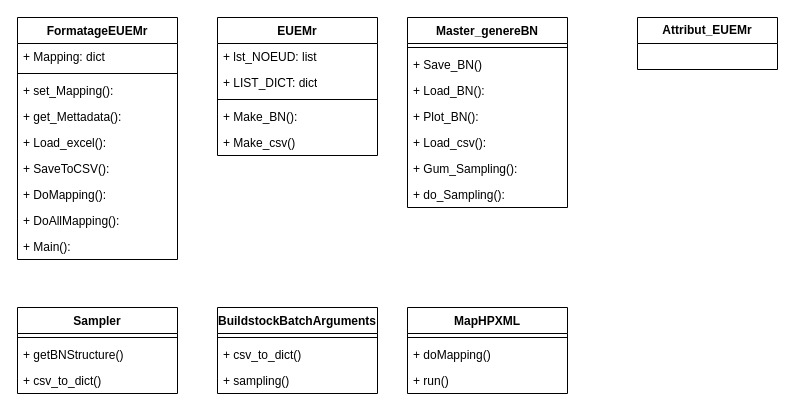
The draw.io diagram documentation/cls.drawio in Febricant/sampler-simparc, before the edit. Source tidied: cells renumbered, new cells numbered last; positions are measured from the earlier drawing's top-left corner, leaving out a move shared by most shapes. Both pictures are drawn from the tidied source at 100%, with x=0, y=0 at pixel (17, 17).
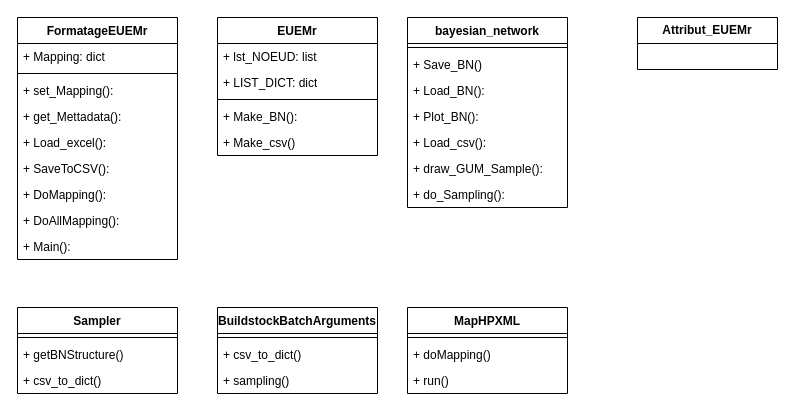
The same page after the edit.

Diff of the diagram source:
```diff
@@
-    <mxCell id="19" value="Master_genereBN" style="swimlane;fontStyle=1;align=center;verticalAlign=top;horizontal=1;startSize=26;whiteSpace=wrap;html=1;" parent="1" vertex="1">
+    <mxCell id="19" value="bayesian_network" style="swimlane;fontStyle=1;align=center;verticalAlign=top;horizontal=1;startSize=26;whiteSpace=wrap;html=1;" parent="1" vertex="1">
       <mxGeometry x="390" width="160" height="190" as="geometry" />
     </mxCell>
@@
-    <mxCell id="25" value="+ Gum_Sampling():" style="text;strokeColor=none;fillColor=none;align=left;verticalAlign=top;spacingLeft=4;spacingRight=4;overflow=hidden;whiteSpace=wrap;html=1;" parent="19" vertex="1">
+    <mxCell id="25" value="+ draw_GUM_Sample():" style="text;strokeColor=none;fillColor=none;align=left;verticalAlign=top;spacingLeft=4;spacingRight=4;overflow=hidden;whiteSpace=wrap;html=1;" parent="19" vertex="1">
       <mxGeometry y="138" width="160" height="26" as="geometry" />
     </mxCell>
```
